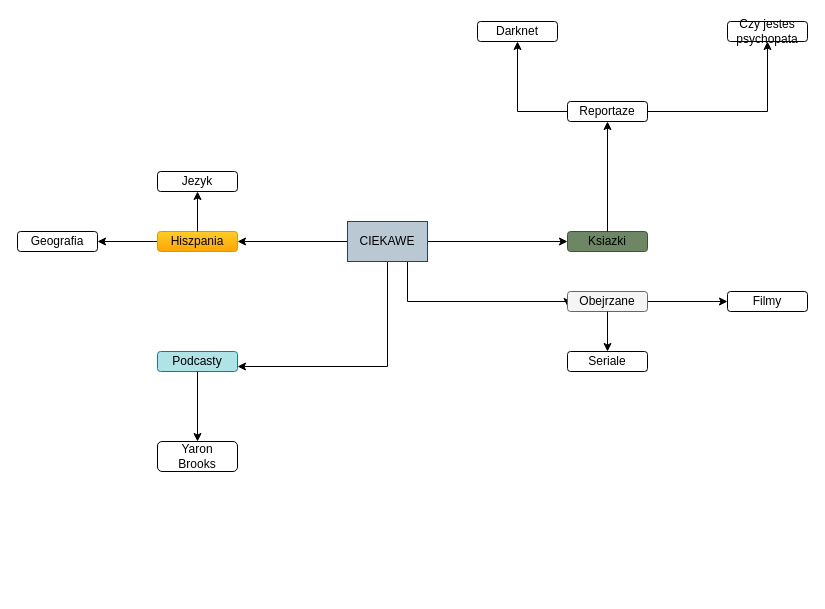
Earlier version of the draw.io diagram Untitled Diagram.drawio (redzip/hello-world). Source tidied: cells renumbered, new cells numbered last; positions are measured from the earlier drawing's top-left corner, leaving out a move shared by most shapes. Both pictures are drawn from the tidied source at 100%, with x=0, y=0 at pixel (17, 21).
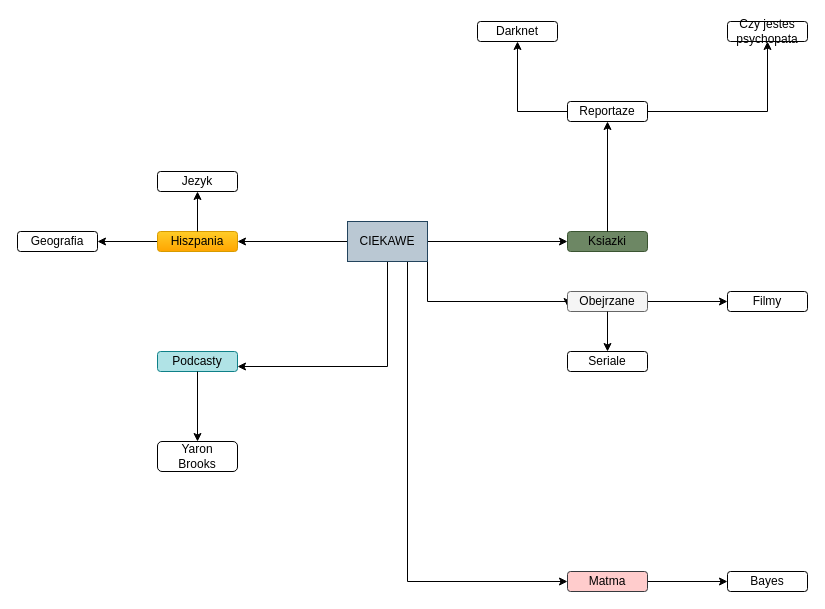
The same page after the edit.

The change refers to these unchanged cells:
```xml
<mxCell id="6" style="rounded=0;whiteSpace=wrap;html=1;fillColor=#bac8d3;strokeColor=#23445d;" parent="1" vertex="1">
  <mxGeometry x="330" y="200" width="80" height="40" as="geometry" />
</mxCell>
<mxCell id="33" style="rounded=1;whiteSpace=wrap;html=1;fillColor=#f5f5f5;strokeColor=#666666;fontColor=#333333;" parent="1" vertex="1">
  <mxGeometry x="550" y="270" width="80" height="20" as="geometry" />
</mxCell>
```

Change to the diagram source:
```diff
@@
     <mxCell id="5" style="edgeStyle=orthogonalEdgeStyle;rounded=0;jettySize=auto;html=1;exitX=0.75;exitY=1;exitDx=0;exitDy=0;entryX=0;entryY=0.75;entryDx=0;entryDy=0;" parent="1" edge="1" source="6" target="33">
       <mxGeometry relative="1" as="geometry">
         <Array as="points">
-          <mxPoint x="390" y="280" />
+          <mxPoint x="410" y="240" />
+          <mxPoint x="410" y="280" />
           <mxPoint x="550" y="280" />
         </Array>
       </mxGeometry>
     </mxCell>
+    <mxCell id="40" style="edgeStyle=orthogonalEdgeStyle;rounded=0;jettySize=auto;html=1;exitX=0.75;exitY=1;exitDx=0;exitDy=0;entryX=0;entryY=0.5;entryDx=0;entryDy=0;" parent="1" edge="1" source="6" target="42">
+      <mxGeometry relative="1" as="geometry" />
+    </mxCell>
@@
+    <mxCell id="41" style="edgeStyle=orthogonalEdgeStyle;rounded=0;jettySize=auto;html=1;exitX=1;exitY=0.5;exitDx=0;exitDy=0;" parent="1" edge="1" source="42" target="44">
+      <mxGeometry relative="1" as="geometry" />
+    </mxCell>
+    <mxCell id="42" style="rounded=1;whiteSpace=wrap;html=1;fillColor=#ffcccc;strokeColor=#36393d;" parent="1" vertex="1">
+      <mxGeometry x="550" y="550" width="80" height="20" as="geometry" />
+    </mxCell>
+    <mxCell id="43" value="Matma" style="text;html=1;strokeColor=none;fillColor=none;align=center;verticalAlign=middle;whiteSpace=wrap;rounded=0;" parent="1" vertex="1">
+      <mxGeometry x="570" y="550" width="40" height="20" as="geometry" />
+    </mxCell>
+    <mxCell id="44" style="rounded=1;whiteSpace=wrap;html=1;" parent="1" vertex="1">
+      <mxGeometry x="710" y="550" width="80" height="20" as="geometry" />
+    </mxCell>
+    <mxCell id="45" value="Bayes" style="text;html=1;strokeColor=none;fillColor=none;align=center;verticalAlign=middle;whiteSpace=wrap;rounded=0;" parent="1" vertex="1">
+      <mxGeometry x="730" y="550" width="40" height="20" as="geometry" />
+    </mxCell>
```
